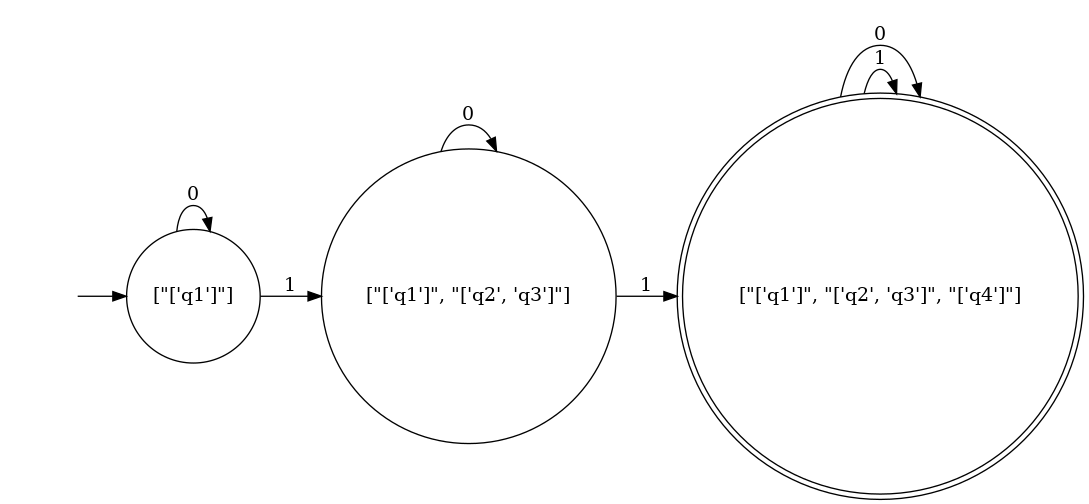
Before: DFA.gv.png, a diagram exported from Graphviz (haziqfaiz-mmu/reg-grammar-to-nfa). Its source is kept beside it as DFA.gv.
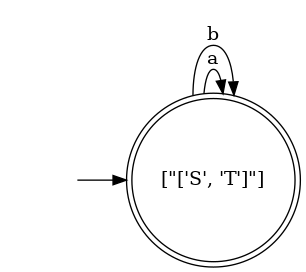
Later version of the same file.

Change to the diagram source:
```diff
@@ -1,14 +1,8 @@
 digraph DFA {
 	graph [rankdir=LR]
 	"" [label="" shape=plaintext]
-	"[\"['q1']\", \"['q2', 'q3']\", \"['q4']\"]" [label="[\"['q1']\", \"['q2', 'q3']\", \"['q4']\"]" shape=doublecircle]
-	"[\"['q1']\", \"['q2', 'q3']\"]" [label="[\"['q1']\", \"['q2', 'q3']\"]" shape=circle]
-	"[\"['q1']\"]" [label="[\"['q1']\"]" shape=circle]
-	"" -> "[\"['q1']\"]" [label=""]
-	"[\"['q1']\"]" -> "[\"['q1']\", \"['q2', 'q3']\"]" [label=1]
-	"[\"['q1']\"]" -> "[\"['q1']\"]" [label=0]
-	"[\"['q1']\", \"['q2', 'q3']\"]" -> "[\"['q1']\", \"['q2', 'q3']\", \"['q4']\"]" [label=1]
-	"[\"['q1']\", \"['q2', 'q3']\"]" -> "[\"['q1']\", \"['q2', 'q3']\"]" [label=0]
-	"[\"['q1']\", \"['q2', 'q3']\", \"['q4']\"]" -> "[\"['q1']\", \"['q2', 'q3']\", \"['q4']\"]" [label=1]
-	"[\"['q1']\", \"['q2', 'q3']\", \"['q4']\"]" -> "[\"['q1']\", \"['q2', 'q3']\", \"['q4']\"]" [label=0]
+	"[\"['S', 'T']\"]" [label="[\"['S', 'T']\"]" shape=doublecircle]
+	"" -> "[\"['S', 'T']\"]" [label=""]
+	"[\"['S', 'T']\"]" -> "[\"['S', 'T']\"]" [label=a]
+	"[\"['S', 'T']\"]" -> "[\"['S', 'T']\"]" [label=b]
 }
```
